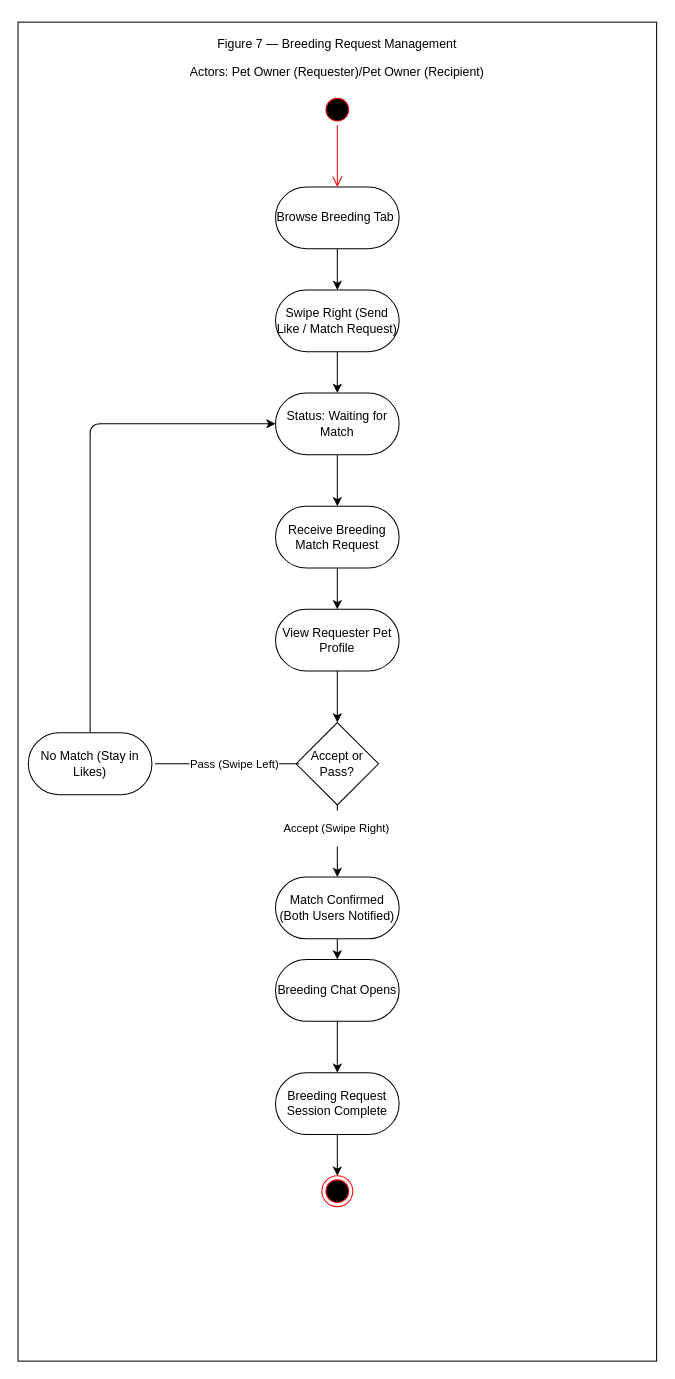
This is ActivityDiagram_Figure7_USALLA.drawio from Chels013/Breedr-Diagrams, a draw.io file, before an edit. Source tidied: cells renumbered, new cells numbered last; positions are measured from the earlier drawing's top-left corner, leaving out a move shared by most shapes. Both pictures are drawn from the tidied source at 103%, with x=0, y=0 at pixel (18, 22).
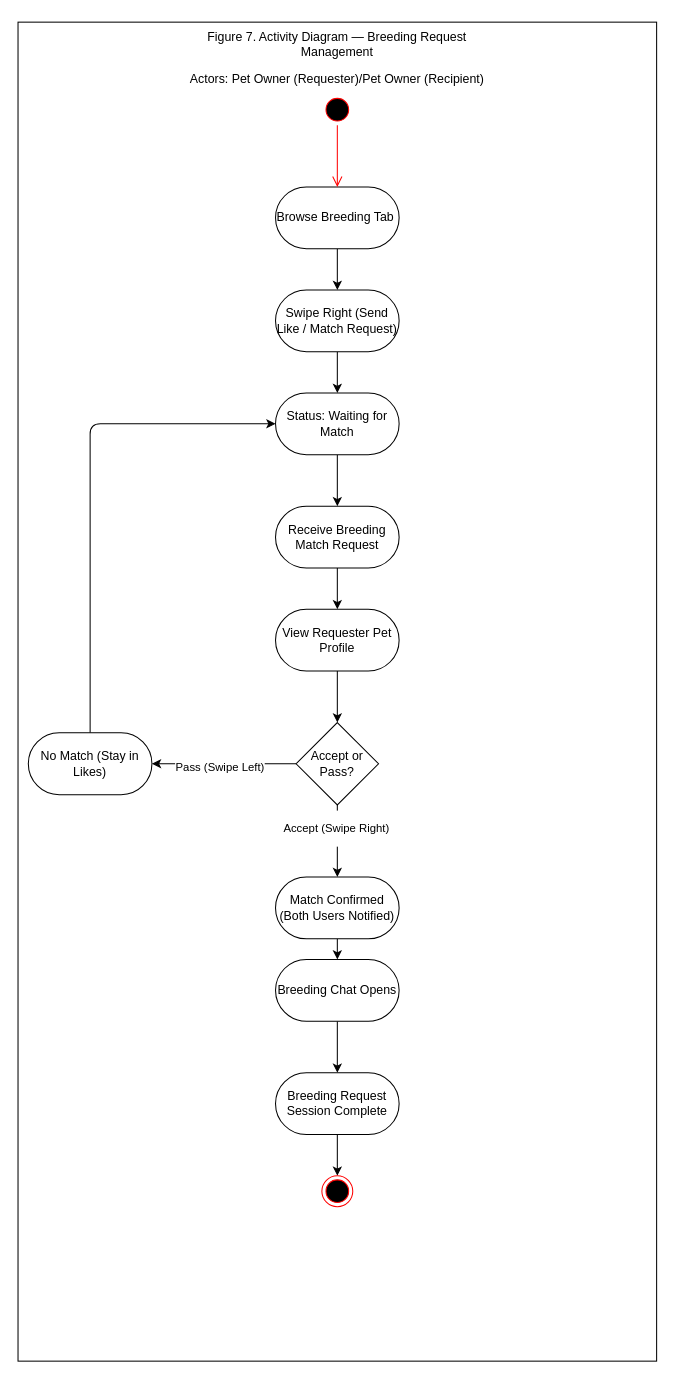
Above is the later version.

Unchanged cells that the change refers to:
```xml
<mxCell id="19" value="&lt;p&gt;Accept or Pass?&lt;/p&gt;" style="rhombus;whiteSpace=wrap;html=1;" parent="1" vertex="1">
  <mxGeometry x="270" y="680" width="80" height="80" as="geometry" />
</mxCell>
<mxCell id="21" value="&lt;p&gt;No Match (Stay in Likes)&lt;/p&gt;" style="rounded=1;whiteSpace=wrap;html=1;arcSize=50;" parent="1" vertex="1">
  <mxGeometry x="10" y="690" width="120" height="60" as="geometry" />
</mxCell>
```

Diff of the diagram source:
```diff
@@
-    <mxCell id="4" value="&lt;p&gt;Figure 7 — Breeding Request Management&lt;/p&gt;&lt;p&gt;Actors: Pet Owner (Requester)/Pet Owner (Recipient)&lt;/p&gt;" style="text;html=1;align=center;verticalAlign=middle;whiteSpace=wrap;rounded=0;" parent="1" vertex="1">
+    <mxCell id="4" value="&lt;p&gt;Figure 7. Activity Diagram — Breeding Request Management&lt;/p&gt;&lt;p&gt;Actors: Pet Owner (Requester)/Pet Owner (Recipient)&lt;/p&gt;" style="text;html=1;align=center;verticalAlign=middle;whiteSpace=wrap;rounded=0;" parent="1" vertex="1">
       <mxGeometry x="150" y="20" width="320" height="30" as="geometry" />
     </mxCell>
@@
+    <mxCell id="30" style="edgeStyle=none;html=1;entryX=1;entryY=0.5;entryDx=0;entryDy=0;" parent="1" edge="1" source="19" target="21">
+      <mxGeometry relative="1" as="geometry" />
+    </mxCell>
+    <mxCell id="31" value="&lt;span style=&quot;color: rgb(0, 0, 0);&quot;&gt;Pass (Swipe Left)&lt;/span&gt;" style="edgeLabel;html=1;align=center;verticalAlign=middle;" parent="30" vertex="1">
+      <mxGeometry x="0.07" y="3" relative="1" as="geometry" />
+    </mxCell>
@@
-    <mxCell id="29" style="endArrow=none;html=1;exitX=1;exitY=0.5;exitDx=0;exitDy=0;entryX=0;entryY=0.5;entryDx=0;entryDy=0;" parent="1" edge="1">
-      <mxGeometry relative="1" as="geometry">
-        <mxPoint x="133" y="720" as="sourcePoint" />
-        <mxPoint x="273" y="720" as="targetPoint" />
-      </mxGeometry>
-    </mxCell>
-    <mxCell id="30" value="Pass (Swipe Left)" style="edgeLabel;html=1;align=center;verticalAlign=middle;" parent="29" vertex="1">
-      <mxGeometry x="0.09" relative="1" as="geometry" />
-    </mxCell>
```
